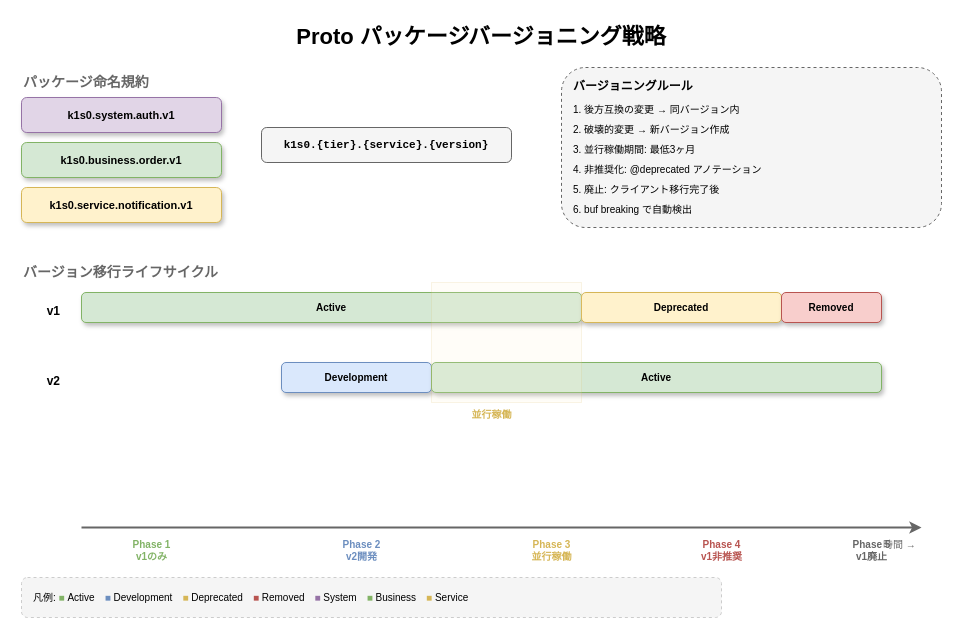
Earlier version of the draw.io diagram docs/architecture/api/images/proto-versioning-strategy.drawio (RyuheiKiso/k1s0). Source tidied: cells renumbered, new cells numbered last; positions are measured from the earlier drawing's top-left corner, leaving out a move shared by most shapes. Both pictures are drawn from the tidied source at 100%, with x=0, y=0 at pixel (21, 17).
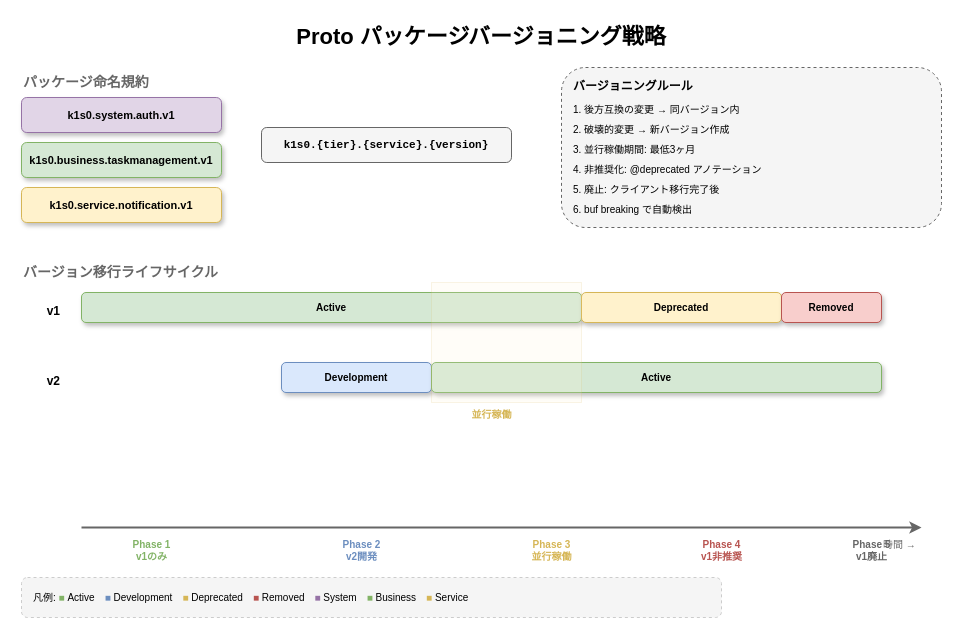
After the change.

Change to the diagram source:
```diff
@@
-    <mxCell id="5" value="&lt;b&gt;k1s0.business.order.v1&lt;/b&gt;" style="rounded=1;whiteSpace=wrap;html=1;shadow=1;fillColor=#D5E8D4;strokeColor=#82B366;fontSize=11;fontStyle=1;" parent="1" vertex="1">
+    <mxCell id="5" value="&lt;b&gt;k1s0.business.taskmanagement.v1&lt;/b&gt;" style="rounded=1;whiteSpace=wrap;html=1;shadow=1;fillColor=#D5E8D4;strokeColor=#82B366;fontSize=11;fontStyle=1;" parent="1" vertex="1">
       <mxGeometry y="125" width="200" height="35" as="geometry" />
     </mxCell>
```
